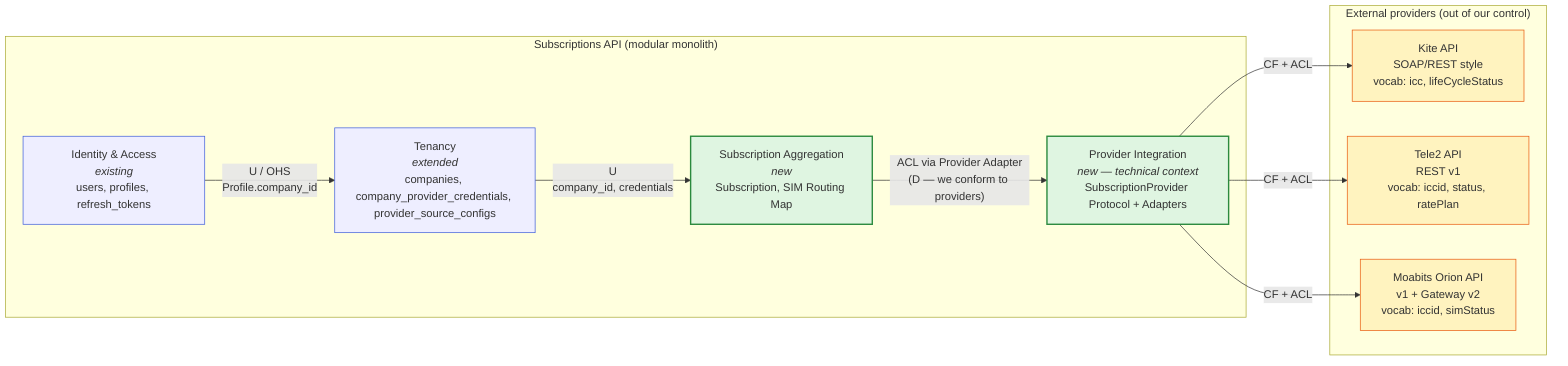
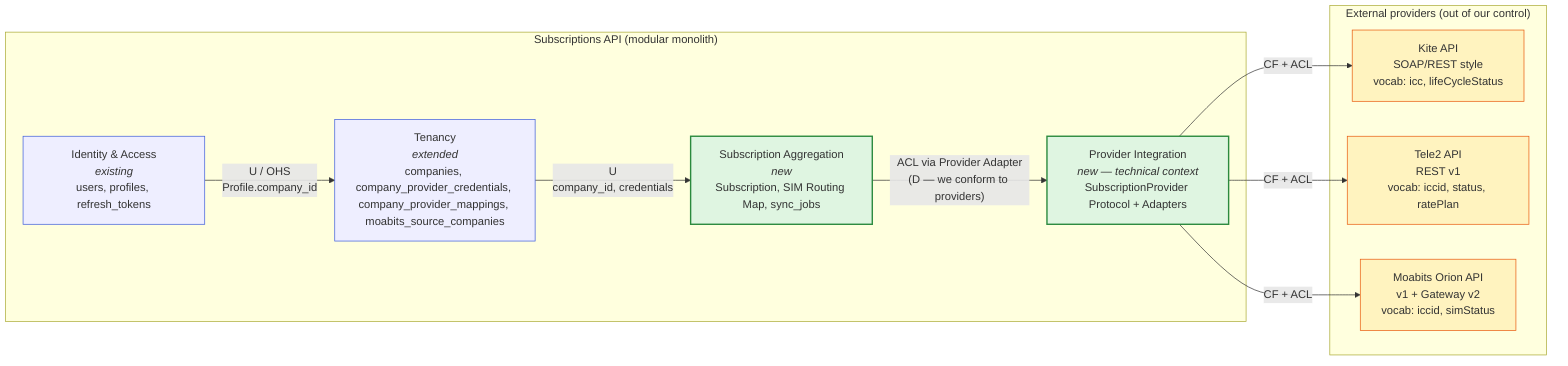
%% Context Map — relaciones entre bounded contexts
%% Notación DDD: U = Upstream, D = Downstream, ACL = Anti-Corruption Layer,
%% CF = Conformist, P = Partnership, SK = Shared Kernel, OHS = Open Host Service.

flowchart LR
    subgraph SYSTEM ["Subscriptions API (modular monolith)"]
        IAM["Identity & Access<br/><i>existing</i><br/>users, profiles, refresh_tokens"]
-         TEN["Tenancy<br/><i>extended</i><br/>companies, company_provider_credentials, provider_source_configs"]
-         SUB["Subscription Aggregation<br/><i>new</i><br/>Subscription, SIM Routing Map"]
+         TEN["Tenancy<br/><i>extended</i><br/>companies, company_provider_credentials, company_provider_mappings, moabits_source_companies"]
+         SUB["Subscription Aggregation<br/><i>new</i><br/>Subscription, SIM Routing Map, sync_jobs"]
        PRV["Provider Integration<br/><i>new — technical context</i><br/>SubscriptionProvider Protocol + Adapters"]
    end

    subgraph EXTERNAL ["External providers (out of our control)"]
        KITE["Kite API<br/>SOAP/REST style<br/>vocab: icc, lifeCycleStatus"]
        TELE2["Tele2 API<br/>REST v1<br/>vocab: iccid, status, ratePlan"]
        MOABITS["Moabits Orion API<br/>v1 + Gateway v2<br/>vocab: iccid, simStatus"]
    end

    %% Inter-context relationships
    IAM -- "U / OHS<br/>Profile.company_id" --> TEN
    TEN -- "U<br/>company_id, credentials" --> SUB
    SUB -- "ACL via Provider Adapter<br/>(D — we conform to providers)" --> PRV

    %% External relationships — each adapter is a Conformist toward its provider
    PRV -- "CF + ACL" --> KITE
    PRV -- "CF + ACL" --> TELE2
    PRV -- "CF + ACL" --> MOABITS

    classDef new fill:#dff5e1,stroke:#2b8a3e,stroke-width:2px;
    classDef existing fill:#eef,stroke:#3b5bdb;
    classDef external fill:#fff3bf,stroke:#e8590c;
    class SUB,PRV new;
    class IAM existing;
    class TEN existing;
    class KITE,TELE2,MOABITS external;
